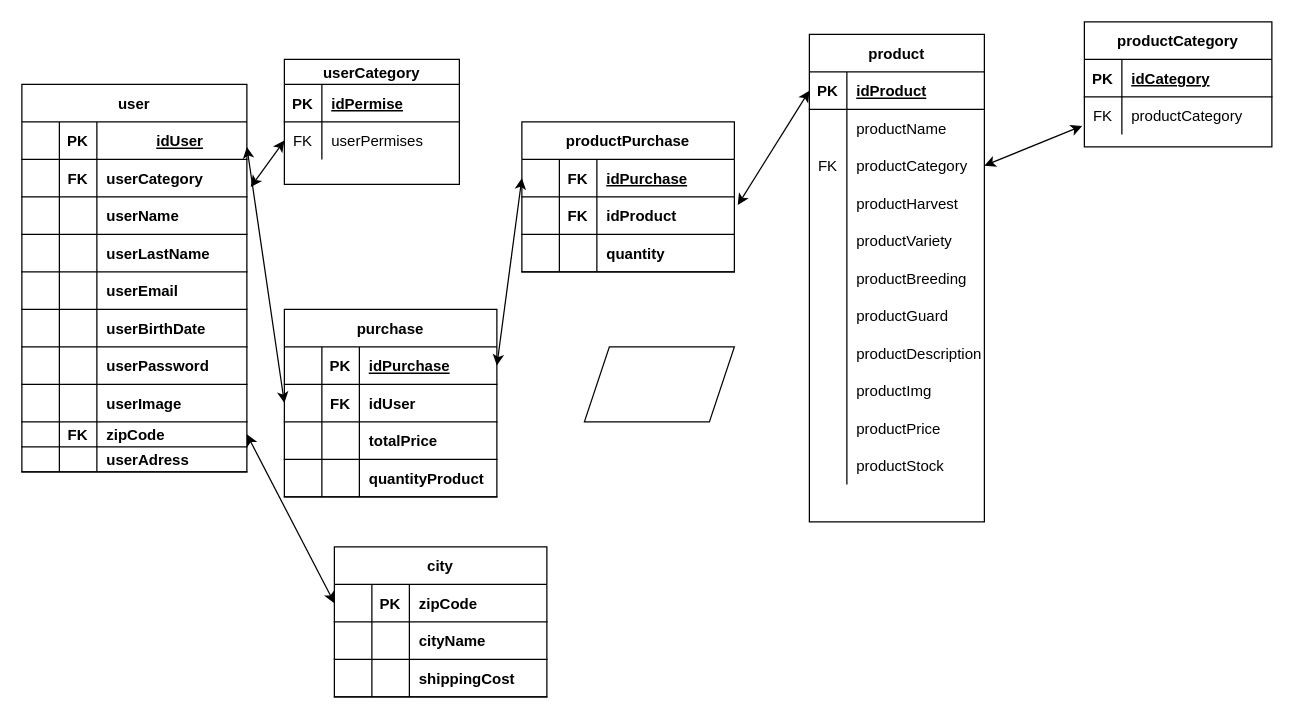
MatiasGonzalez1/diagrams_db keeps this draw.io diagram as Untitled Diagram.drawio. Above is the earlier version. Source tidied: cells renumbered, new cells numbered last; positions are measured from the earlier drawing's top-left corner, leaving out a move shared by most shapes. Both pictures are drawn from the tidied source at 125%, with x=0, y=0 at pixel (21, 21).
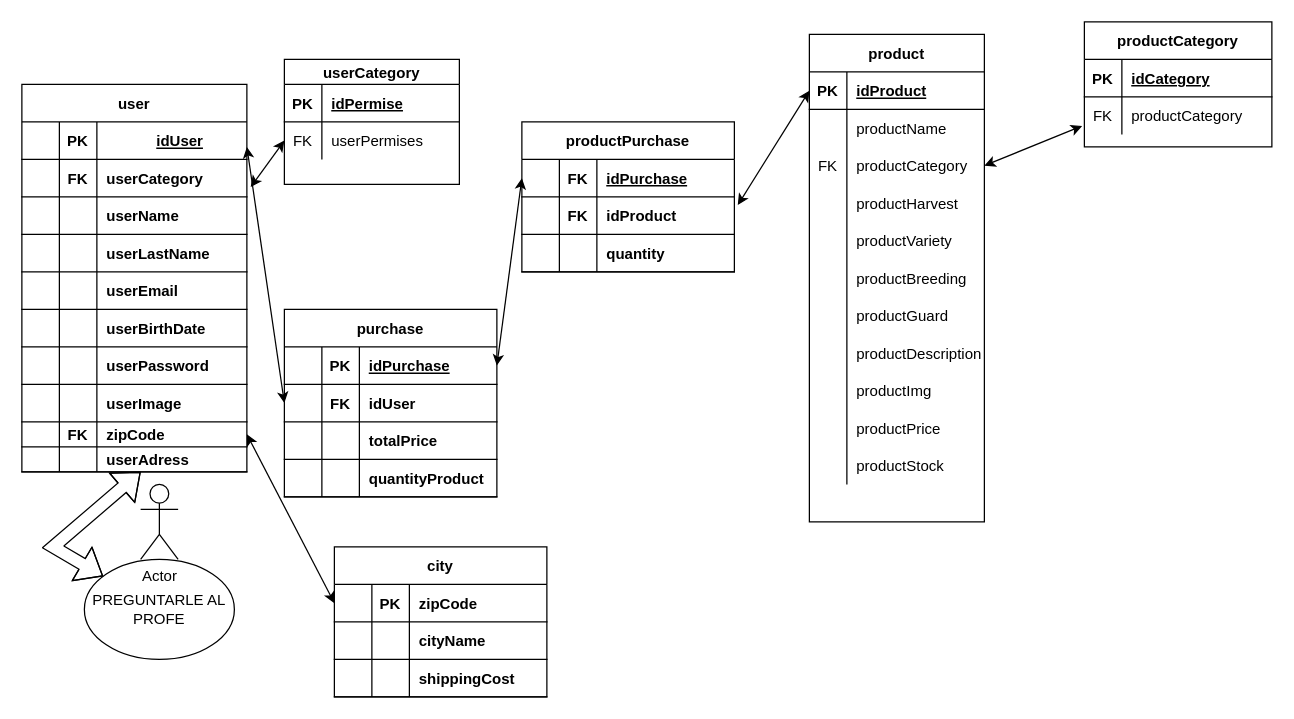
The same diagram, later.

Change to the diagram source:
```diff
@@
-    <mxCell id="127" style="shape=parallelogram;perimeter=parallelogramPerimeter;whiteSpace=wrap;html=1;fixedSize=1;" parent="1" vertex="1">
-      <mxGeometry x="450" y="260" width="120" height="60" as="geometry" />
-    </mxCell>
@@
+    <mxCell id="142" value="PREGUNTARLE AL&lt;br&gt;PROFE" style="ellipse;whiteSpace=wrap;html=1;" parent="1" vertex="1">
+      <mxGeometry x="50" y="430" width="120" height="80" as="geometry" />
+    </mxCell>
+    <mxCell id="143" value="Actor" style="shape=umlActor;verticalLabelPosition=bottom;verticalAlign=top;html=1;" parent="1" vertex="1">
+      <mxGeometry x="95" y="370" width="30" height="60" as="geometry" />
+    </mxCell>
+    <mxCell id="144" style="shape=flexArrow;endArrow=classic;startArrow=classic;html=1;rounded=0;" parent="1" edge="1" source="142">
+      <mxGeometry relative="1" as="geometry">
+        <mxPoint x="95" y="360" as="targetPoint" />
+        <Array as="points">
+          <mxPoint x="25" y="420" />
+        </Array>
+      </mxGeometry>
+    </mxCell>
```
